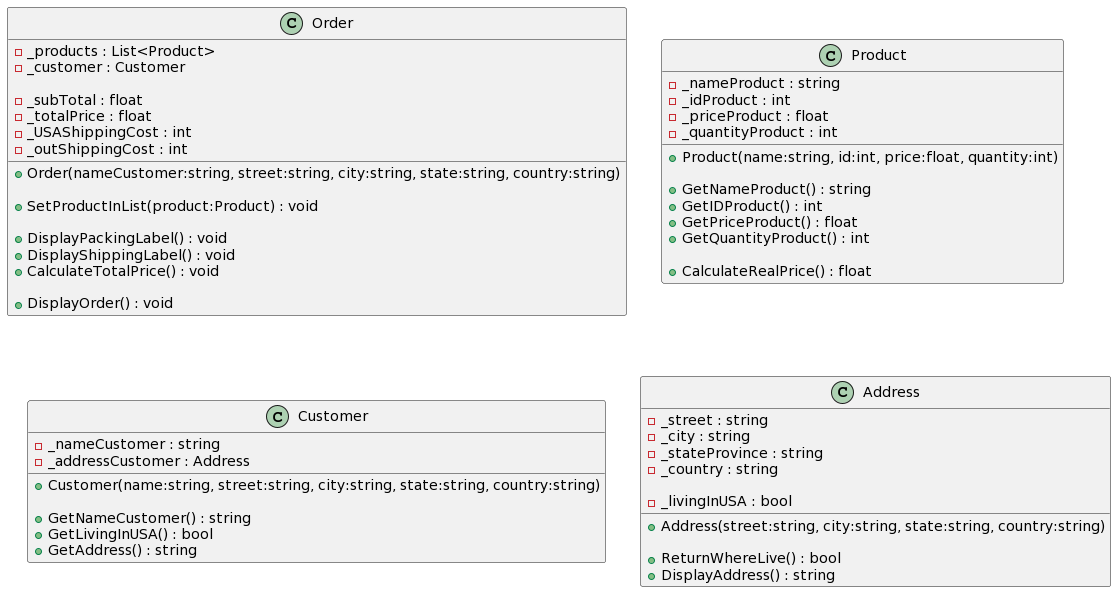
The PlantUML diagram final/Foundation2/encapsulation-activity-design-foundation2-cse210.png in christianperaza/cse210, before a commit.
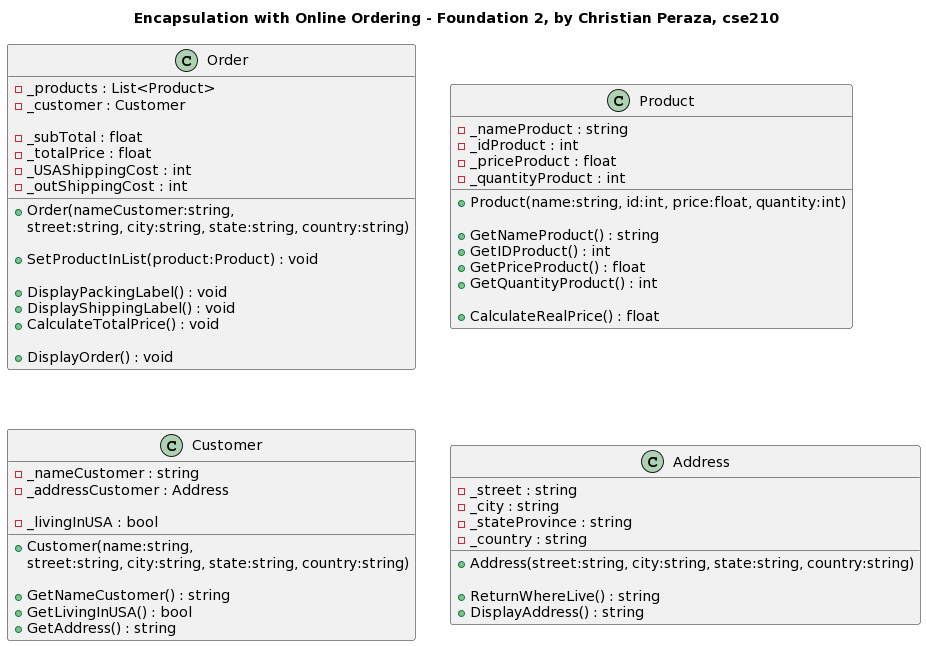
Later version of the same file.

Commit message:
Foundation 2 design and uml updated

What changed in the source:
```diff
@@ -1,4 +1,6 @@
 @startuml
+title Encapsulation with Online Ordering - Foundation 2, by Christian Peraza, cse210
+
 class Order {
 - _products : List<Product>
 - _customer : Customer
@@ -8,7 +10,8 @@
 - _USAShippingCost : int
 - _outShippingCost : int
 
-+ Order(nameCustomer:string, street:string, city:string, state:string, country:string)
++ Order(nameCustomer:string,
+street:string, city:string, state:string, country:string)
 
 + SetProductInList(product:Product) : void
 
@@ -39,7 +42,10 @@
 - _nameCustomer : string
 - _addressCustomer : Address
 
-+ Customer(name:string, street:string, city:string, state:string, country:string)
+- _livingInUSA : bool
+
++ Customer(name:string,
+street:string, city:string, state:string, country:string)
 
 + GetNameCustomer() : string
 + GetLivingInUSA() : bool
@@ -52,11 +58,9 @@
 - _stateProvince : string
 - _country : string
 
-- _livingInUSA : bool
-
 + Address(street:string, city:string, state:string, country:string)
 
-+ ReturnWhereLive() : bool
++ ReturnWhereLive() : string
 + DisplayAddress() : string
 }
 @enduml
```
